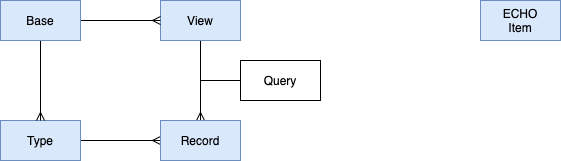
dxos/dxos keeps this draw.io diagram as docs/content/diagrams/data-model.png. Above is the earlier version. Source tidied: cells renumbered, new cells last; positions are measured from the earlier drawing's top-left corner, leaving out a move shared by most shapes.
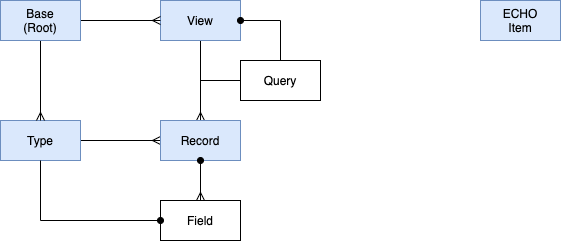
After the commit.

The edit, as a diff of the source:
```diff
@@ -20,7 +20,7 @@
     <mxCell id="7" style="edgeStyle=orthogonalEdgeStyle;rounded=0;jettySize=auto;html=1;exitX=1;exitY=0.5;exitDx=0;exitDy=0;endArrow=ERmany;endFill=0;" parent="1" edge="1" source="8" target="5">
       <mxGeometry relative="1" as="geometry" />
     </mxCell>
-    <mxCell id="8" value="Base" style="rounded=0;whiteSpace=wrap;html=1;fillColor=#dae8fc;strokeColor=#6c8ebf;" parent="1" vertex="1">
+    <mxCell id="8" value="Base&lt;br&gt;(Root)" style="rounded=0;whiteSpace=wrap;html=1;fillColor=#dae8fc;strokeColor=#6c8ebf;" parent="1" vertex="1">
       <mxGeometry width="80" height="40" as="geometry" />
     </mxCell>
     <mxCell id="9" value="Record" style="rounded=0;whiteSpace=wrap;html=1;fillColor=#dae8fc;strokeColor=#6c8ebf;" parent="1" vertex="1">
@@ -37,5 +37,17 @@
     <mxCell id="12" value="ECHO&lt;br&gt;Item" style="rounded=0;whiteSpace=wrap;html=1;fillColor=#dae8fc;strokeColor=#6c8ebf;" parent="1" vertex="1">
       <mxGeometry x="480" width="80" height="40" as="geometry" />
     </mxCell>
+    <mxCell id="13" style="edgeStyle=orthogonalEdgeStyle;rounded=0;jettySize=auto;html=1;exitX=1;exitY=0.5;exitDx=0;exitDy=0;endArrow=none;endFill=0;startArrow=oval;startFill=1;" parent="1" edge="1" source="5" target="11">
+      <mxGeometry relative="1" as="geometry" />
+    </mxCell>
+    <mxCell id="14" value="Field" style="rounded=0;whiteSpace=wrap;html=1;" parent="1" vertex="1">
+      <mxGeometry x="160" y="200" width="80" height="40" as="geometry" />
+    </mxCell>
+    <mxCell id="15" style="edgeStyle=orthogonalEdgeStyle;rounded=0;jettySize=auto;html=1;exitX=0.5;exitY=1;exitDx=0;exitDy=0;entryX=0.5;entryY=0;entryDx=0;entryDy=0;startArrow=oval;startFill=1;endArrow=ERmany;endFill=0;" parent="1" edge="1" source="9" target="14">
+      <mxGeometry relative="1" as="geometry" />
+    </mxCell>
+    <mxCell id="16" style="edgeStyle=orthogonalEdgeStyle;rounded=0;jettySize=auto;html=1;exitX=0;exitY=0.5;exitDx=0;exitDy=0;startArrow=oval;startFill=1;endArrow=none;endFill=0;" parent="1" edge="1" source="14" target="3">
+      <mxGeometry relative="1" as="geometry" />
+    </mxCell>
   </root>
 </mxGraphModel>
```
